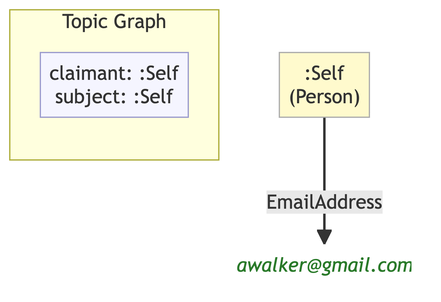
MeeFoundation/mia-ontologies keeps this Mermaid diagram as example/graphs/images/graph-16.png. Above is the earlier version. Its source is kept beside it as example/graphs/images/graph-16.mmd. Source of this version:
```mermaid
flowchart TD
    classDef person fill:#fffacd,stroke:#aaa,color:#333
    classDef grp    fill:#d4edda,stroke:#aaa,color:#333
    classDef org    fill:#cce5ff,stroke:#aaa,color:#333
    classDef lit    fill:none,stroke:none,font-style:italic,color:#2a7a2a
    classDef meta   fill:#f5f5ff,stroke:#9999cc,color:#333

    subgraph ctx["Topic Graph"]
        direction LR
        ctx_meta["claimant: :Self\nsubject: :Self"]:::meta
    end

    ne0c3ba92f1db[":Self\n(Person)"]:::person
    n879f664e975f("awalker@gmail.com"):::lit

    ne0c3ba92f1db -->|"EmailAddress"| n879f664e975f
```
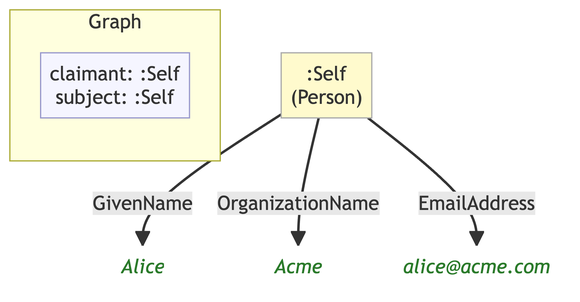
After the change.

The edit, as a diff of the source:
```diff
@@ -1,16 +1,19 @@
 flowchart TD
     classDef person fill:#fffacd,stroke:#aaa,color:#333
-    classDef grp    fill:#d4edda,stroke:#aaa,color:#333
     classDef org    fill:#cce5ff,stroke:#aaa,color:#333
     classDef lit    fill:none,stroke:none,font-style:italic,color:#2a7a2a
     classDef meta   fill:#f5f5ff,stroke:#9999cc,color:#333
 
-    subgraph ctx["Topic Graph"]
+    subgraph ctx["Graph"]
         direction LR
         ctx_meta["claimant: :Self\nsubject: :Self"]:::meta
     end
 
     ne0c3ba92f1db[":Self\n(Person)"]:::person
-    n879f664e975f("awalker@gmail.com"):::lit
+    n0356a11d7b3e("Alice"):::lit
+    n37c71833aaa2("Acme"):::lit
+    n150ebec9f3cb("alice@acme.com"):::lit
 
-    ne0c3ba92f1db -->|"EmailAddress"| n879f664e975f
+    ne0c3ba92f1db -->|"GivenName"| n0356a11d7b3e
+    ne0c3ba92f1db -->|"OrganizationName"| n37c71833aaa2
+    ne0c3ba92f1db -->|"EmailAddress"| n150ebec9f3cb
```
